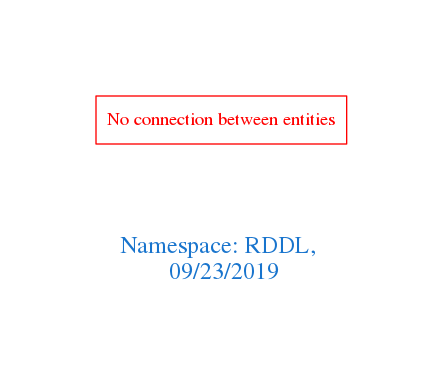
arago/OGIT keeps this Graphviz diagram as downloads/RDDL.png. Above is the earlier version. Its source is kept beside it as downloads/RDDL.dot.
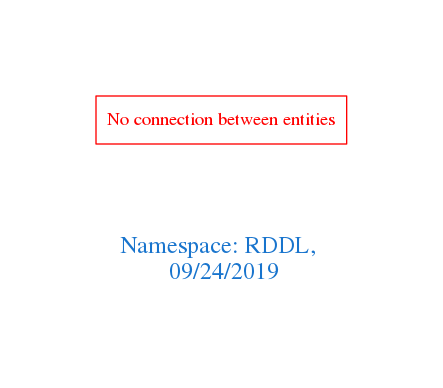
Above is the later version.

What changed in the source:
```diff
@@ -1,7 +1,7 @@
 digraph OGIT_ontology {
  graph [ rankdir= LR,pad=1
 fontsize = 18,
-fontcolor= dodgerblue3,label = "\n\n\nNamespace: RDDL, \n 09/23/2019"];
+fontcolor= dodgerblue3,label = "\n\n\nNamespace: RDDL, \n 09/24/2019"];
 node[shape=polygon];
 edge [  color="gray81"];
 
```
